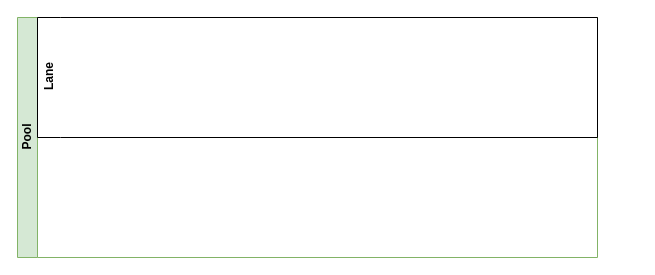
sergiozuniga091/angularjs-v1 keeps this draw.io diagram as Untitled Diagram.drawio. Above is the earlier version. Source tidied: cells renumbered, new cells numbered last; positions are measured from the earlier drawing's top-left corner, leaving out a move shared by most shapes. Both pictures are drawn from the tidied source at 100%, with x=0, y=0 at pixel (17, 17).
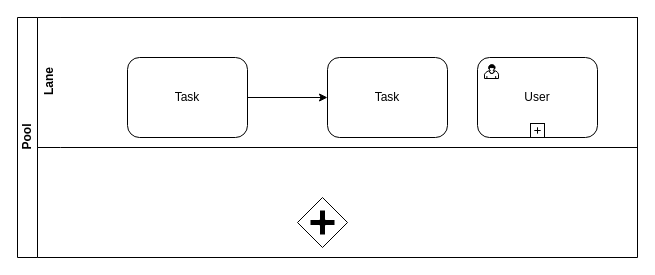
Above is the later version.

Change to the diagram source:
```diff
@@
-<mxGraphModel>
+<mxGraphModel background="#ffffff">
   <root>
     <mxCell id="0" />
     <mxCell id="1" parent="0" />
+    <mxCell id="4" style="edgeStyle=orthogonalEdgeStyle;rounded=0;jettySize=auto;html=1;entryX=0;entryY=0.5;entryDx=0;entryDy=0;" parent="1" edge="1" source="5" target="6">
+      <mxGeometry relative="1" as="geometry" />
+    </mxCell>
+    <mxCell id="5" value="Task" style="shape=ext;rounded=1;html=1;whiteSpace=wrap;" parent="1" vertex="1">
+      <mxGeometry x="110" y="40" width="120" height="80" as="geometry" />
+    </mxCell>
+    <mxCell id="6" value="Task" style="shape=ext;rounded=1;html=1;whiteSpace=wrap;" parent="1" vertex="1">
+      <mxGeometry x="310" y="40" width="120" height="80" as="geometry" />
+    </mxCell>
+    <mxCell id="7" style="shape=mxgraph.bpmn.shape;html=1;verticalLabelPosition=bottom;labelBackgroundColor=#ffffff;verticalAlign=top;align=center;perimeter=rhombusPerimeter;background=gateway;outline=none;symbol=parallelGw;" parent="1" vertex="1">
+      <mxGeometry x="280" y="180" width="50" height="50" as="geometry" />
+    </mxCell>
-    <mxCell id="2" value="Pool" style="swimlane;html=1;horizontal=0;startSize=20;fillColor=#d5e8d4;strokeColor=#82b366;labelBackgroundColor=none;labelBorderColor=none;flipV=0;flipH=0;" parent="1" vertex="1">
-      <mxGeometry width="580" height="240" as="geometry" />
+    <mxCell id="2" value="Pool" style="swimlane;html=1;horizontal=0;startSize=20;" parent="1" vertex="1">
+      <mxGeometry width="620" height="240" as="geometry" />
     </mxCell>
     <mxCell id="3" value="Lane" style="swimlane;html=1;horizontal=0;swimlaneLine=0;" parent="2" vertex="1">
-      <mxGeometry x="20" width="560" height="120" as="geometry" />
+      <mxGeometry x="20" width="600" height="130" as="geometry" />
     </mxCell>
+    <mxCell id="8" value="User" style="html=1;whiteSpace=wrap;rounded=1;" parent="3" vertex="1">
+      <mxGeometry x="440" y="40" width="120" height="80" as="geometry" />
+    </mxCell>
+    <mxCell id="9" style="html=1;shape=mxgraph.bpmn.user_task;" parent="8" vertex="1">
+      <mxGeometry width="14" height="14" relative="1" as="geometry">
+        <mxPoint x="7" y="7" as="offset" />
+      </mxGeometry>
+    </mxCell>
+    <mxCell id="10" style="html=1;shape=plus;" parent="8" vertex="1">
+      <mxGeometry x="0.5" y="1" width="14" height="14" relative="1" as="geometry">
+        <mxPoint x="-7" y="-14" as="offset" />
+      </mxGeometry>
+    </mxCell>
   </root>
 </mxGraphModel>
```
